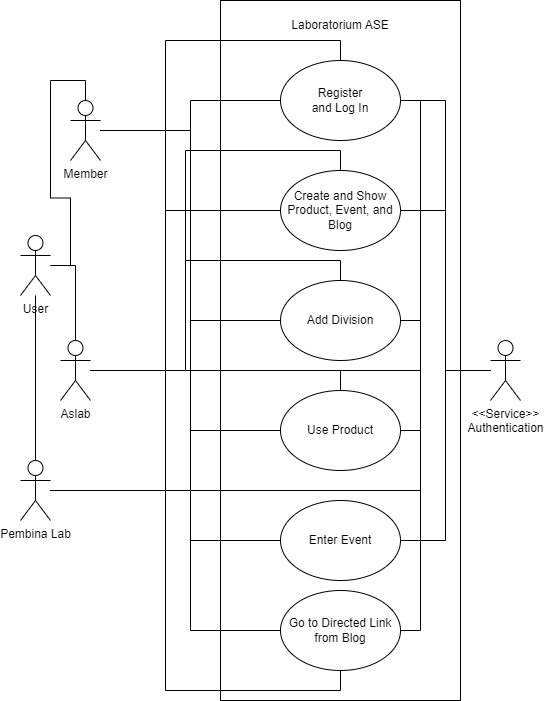
This is public/Use Case Diagram Laboratorium Advance Software Engineer.png from RafiAndeo/mini-project, a draw.io export, as it was before one commit. Source tidied: cells renumbered, new cells last; positions are measured from the earlier drawing's top-left corner, leaving out a move shared by most shapes.
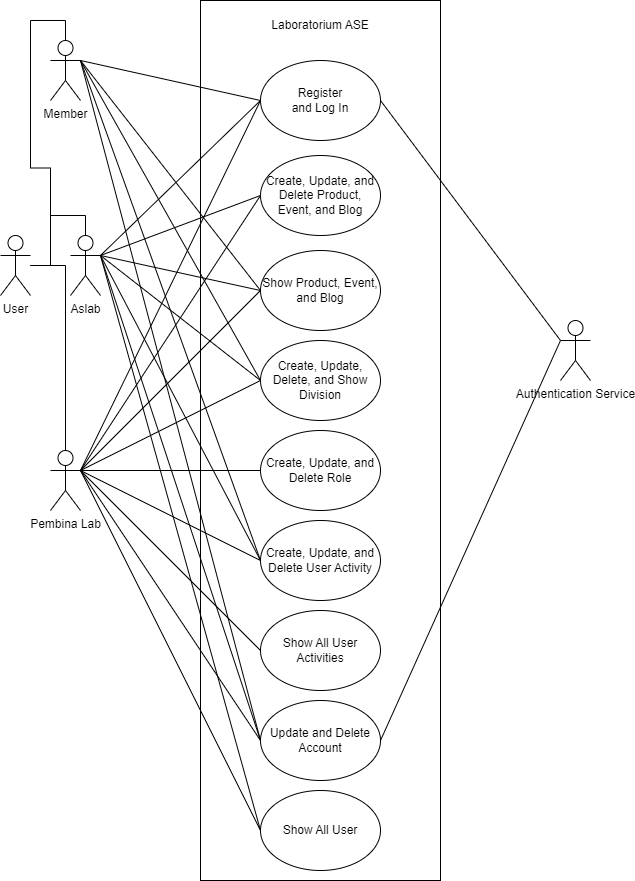
Later version of the same file.

Diff of the diagram source:
```diff
@@ -3,58 +3,19 @@
     <mxCell id="0" />
     <mxCell id="1" parent="0" />
     <mxCell id="2" style="verticalLabelPosition=bottom;verticalAlign=top;html=1;shape=mxgraph.basic.rect;fillColor2=none;strokeWidth=1;size=20;indent=5;" parent="1" vertex="1">
-      <mxGeometry x="200" width="240" height="700" as="geometry" />
+      <mxGeometry x="200" width="240" height="880" as="geometry" />
     </mxCell>
-    <mxCell id="3" style="edgeStyle=orthogonalEdgeStyle;rounded=0;jettySize=auto;html=1;entryX=0;entryY=0.5;entryDx=0;entryDy=0;endArrow=none;endFill=0;" parent="1" edge="1" source="8" target="20">
-      <mxGeometry relative="1" as="geometry" />
-    </mxCell>
-    <mxCell id="4" style="edgeStyle=orthogonalEdgeStyle;rounded=0;jettySize=auto;html=1;entryX=0;entryY=0.5;entryDx=0;entryDy=0;endArrow=none;endFill=0;" parent="1" edge="1" source="8" target="34">
-      <mxGeometry relative="1" as="geometry" />
-    </mxCell>
-    <mxCell id="5" style="edgeStyle=orthogonalEdgeStyle;rounded=0;jettySize=auto;html=1;entryX=0;entryY=0.5;entryDx=0;entryDy=0;endArrow=none;endFill=0;" parent="1" edge="1" source="8" target="35">
-      <mxGeometry relative="1" as="geometry" />
-    </mxCell>
-    <mxCell id="6" style="edgeStyle=orthogonalEdgeStyle;rounded=0;jettySize=auto;html=1;entryX=0;entryY=0.5;entryDx=0;entryDy=0;endArrow=none;endFill=0;" parent="1" edge="1" source="8" target="36">
-      <mxGeometry relative="1" as="geometry" />
-    </mxCell>
-    <mxCell id="7" style="edgeStyle=orthogonalEdgeStyle;rounded=0;jettySize=auto;html=1;entryX=0;entryY=0.5;entryDx=0;entryDy=0;endArrow=none;endFill=0;" parent="1" edge="1" source="8" target="37">
-      <mxGeometry relative="1" as="geometry" />
-    </mxCell>
     <mxCell id="8" value="Member" style="shape=umlActor;verticalLabelPosition=bottom;verticalAlign=top;html=1;outlineConnect=0;" parent="1" vertex="1">
-      <mxGeometry x="50" y="100" width="30" height="60" as="geometry" />
+      <mxGeometry x="50" y="40" width="30" height="60" as="geometry" />
     </mxCell>
-    <mxCell id="9" style="edgeStyle=orthogonalEdgeStyle;rounded=0;jettySize=auto;html=1;entryX=1;entryY=0.5;entryDx=0;entryDy=0;endArrow=none;endFill=0;" parent="1" edge="1" source="12" target="20">
-      <mxGeometry relative="1" as="geometry" />
-    </mxCell>
-    <mxCell id="10" style="edgeStyle=orthogonalEdgeStyle;rounded=0;jettySize=auto;html=1;entryX=1;entryY=0.5;entryDx=0;entryDy=0;endArrow=none;endFill=0;" parent="1" edge="1" source="12" target="33">
-      <mxGeometry relative="1" as="geometry" />
-    </mxCell>
-    <mxCell id="11" style="edgeStyle=orthogonalEdgeStyle;rounded=0;jettySize=auto;html=1;entryX=1;entryY=0.5;entryDx=0;entryDy=0;endArrow=none;endFill=0;" parent="1" edge="1" source="12" target="35">
-      <mxGeometry relative="1" as="geometry" />
-    </mxCell>
-    <mxCell id="12" value="&amp;lt;&amp;lt;Service&amp;gt;&amp;gt;&lt;br&gt;Authentication" style="shape=umlActor;verticalLabelPosition=bottom;verticalAlign=top;html=1;outlineConnect=0;" parent="1" vertex="1">
-      <mxGeometry x="470" y="340" width="30" height="60" as="geometry" />
+    <mxCell id="12" value="Authentication Service" style="shape=umlActor;verticalLabelPosition=bottom;verticalAlign=top;html=1;outlineConnect=0;" parent="1" vertex="1">
+      <mxGeometry x="560" y="320" width="30" height="60" as="geometry" />
     </mxCell>
     <mxCell id="13" value="Laboratorium ASE" style="text;html=1;strokeColor=none;fillColor=none;align=center;verticalAlign=middle;whiteSpace=wrap;rounded=0;" parent="1" vertex="1">
       <mxGeometry x="250" y="10" width="140" height="30" as="geometry" />
     </mxCell>
-    <mxCell id="14" style="edgeStyle=orthogonalEdgeStyle;rounded=0;jettySize=auto;html=1;entryX=0.5;entryY=0;entryDx=0;entryDy=0;endArrow=none;endFill=0;" parent="1" edge="1" source="19" target="20">
-      <mxGeometry relative="1" as="geometry" />
-    </mxCell>
-    <mxCell id="15" style="edgeStyle=orthogonalEdgeStyle;rounded=0;jettySize=auto;html=1;entryX=0;entryY=0.5;entryDx=0;entryDy=0;endArrow=none;endFill=0;" parent="1" edge="1" source="19" target="33">
-      <mxGeometry relative="1" as="geometry" />
-    </mxCell>
-    <mxCell id="16" style="edgeStyle=orthogonalEdgeStyle;rounded=0;jettySize=auto;html=1;entryX=1;entryY=0.5;entryDx=0;entryDy=0;endArrow=none;endFill=0;" parent="1" edge="1" source="19" target="34">
-      <mxGeometry relative="1" as="geometry" />
-    </mxCell>
-    <mxCell id="17" style="edgeStyle=orthogonalEdgeStyle;rounded=0;jettySize=auto;html=1;entryX=0.5;entryY=1;entryDx=0;entryDy=0;endArrow=none;endFill=0;" parent="1" edge="1" source="19" target="36">
-      <mxGeometry relative="1" as="geometry" />
-    </mxCell>
-    <mxCell id="18" style="edgeStyle=orthogonalEdgeStyle;rounded=0;jettySize=auto;html=1;entryX=1;entryY=0.5;entryDx=0;entryDy=0;endArrow=none;endFill=0;" parent="1" edge="1" source="19" target="37">
-      <mxGeometry relative="1" as="geometry" />
-    </mxCell>
     <mxCell id="19" value="Pembina Lab" style="shape=umlActor;verticalLabelPosition=bottom;verticalAlign=top;html=1;outlineConnect=0;" parent="1" vertex="1">
-      <mxGeometry y="460" width="30" height="60" as="geometry" />
+      <mxGeometry x="50" y="450" width="30" height="60" as="geometry" />
     </mxCell>
     <mxCell id="20" style="ellipse;whiteSpace=wrap;html=1;fontStyle=4;" parent="1" vertex="1">
       <mxGeometry x="260" y="60" width="120" height="80" as="geometry" />
@@ -74,41 +35,101 @@
     <mxCell id="25" value="User" style="shape=umlActor;verticalLabelPosition=bottom;verticalAlign=top;html=1;outlineConnect=0;" parent="1" vertex="1">
       <mxGeometry y="235" width="30" height="60" as="geometry" />
     </mxCell>
-    <mxCell id="26" style="edgeStyle=orthogonalEdgeStyle;rounded=0;jettySize=auto;html=1;entryX=1;entryY=0.5;entryDx=0;entryDy=0;endArrow=none;endFill=0;" parent="1" edge="1" source="32" target="20">
-      <mxGeometry relative="1" as="geometry" />
-    </mxCell>
-    <mxCell id="27" style="edgeStyle=orthogonalEdgeStyle;rounded=0;jettySize=auto;html=1;entryX=0.5;entryY=0;entryDx=0;entryDy=0;endArrow=none;endFill=0;" parent="1" edge="1" source="32" target="33">
-      <mxGeometry relative="1" as="geometry" />
-    </mxCell>
-    <mxCell id="28" style="edgeStyle=orthogonalEdgeStyle;rounded=0;jettySize=auto;html=1;entryX=0.5;entryY=0;entryDx=0;entryDy=0;endArrow=none;endFill=0;" parent="1" edge="1" source="32" target="34">
-      <mxGeometry relative="1" as="geometry" />
-    </mxCell>
-    <mxCell id="29" style="edgeStyle=orthogonalEdgeStyle;rounded=0;jettySize=auto;html=1;entryX=1;entryY=0.5;entryDx=0;entryDy=0;endArrow=none;endFill=0;" parent="1" edge="1" source="32" target="35">
-      <mxGeometry relative="1" as="geometry" />
-    </mxCell>
-    <mxCell id="30" style="edgeStyle=orthogonalEdgeStyle;rounded=0;jettySize=auto;html=1;entryX=1;entryY=0.5;entryDx=0;entryDy=0;endArrow=none;endFill=0;" parent="1" edge="1" source="32" target="36">
-      <mxGeometry relative="1" as="geometry" />
-    </mxCell>
-    <mxCell id="31" style="edgeStyle=orthogonalEdgeStyle;rounded=0;jettySize=auto;html=1;entryX=0.5;entryY=0;entryDx=0;entryDy=0;endArrow=none;endFill=0;" parent="1" edge="1" source="32" target="37">
-      <mxGeometry relative="1" as="geometry" />
-    </mxCell>
     <mxCell id="32" value="Aslab" style="shape=umlActor;verticalLabelPosition=bottom;verticalAlign=top;html=1;outlineConnect=0;" parent="1" vertex="1">
-      <mxGeometry x="40" y="340" width="30" height="60" as="geometry" />
+      <mxGeometry x="70" y="235" width="30" height="60" as="geometry" />
     </mxCell>
-    <mxCell id="33" value="Create and Show Product, Event, and Blog" style="ellipse;whiteSpace=wrap;html=1;" parent="1" vertex="1">
-      <mxGeometry x="260" y="170" width="120" height="80" as="geometry" />
+    <mxCell id="33" value="Create, Update, and Delete Product, Event, and Blog" style="ellipse;whiteSpace=wrap;html=1;" parent="1" vertex="1">
+      <mxGeometry x="260" y="155" width="120" height="80" as="geometry" />
     </mxCell>
-    <mxCell id="34" value="Use Product" style="ellipse;whiteSpace=wrap;html=1;" parent="1" vertex="1">
-      <mxGeometry x="260" y="390" width="120" height="80" as="geometry" />
+    <mxCell id="34" value="Create, Update, Delete, and Show Division" style="ellipse;whiteSpace=wrap;html=1;" parent="1" vertex="1">
+      <mxGeometry x="260" y="340" width="120" height="80" as="geometry" />
     </mxCell>
-    <mxCell id="35" value="Enter Event" style="ellipse;whiteSpace=wrap;html=1;" parent="1" vertex="1">
-      <mxGeometry x="260" y="500" width="120" height="80" as="geometry" />
+    <mxCell id="35" value="Create, Update, and Delete Role" style="ellipse;whiteSpace=wrap;html=1;" parent="1" vertex="1">
+      <mxGeometry x="260" y="430" width="120" height="80" as="geometry" />
     </mxCell>
-    <mxCell id="36" value="Go to Directed Link from Blog" style="ellipse;whiteSpace=wrap;html=1;" parent="1" vertex="1">
-      <mxGeometry x="260" y="590" width="120" height="80" as="geometry" />
+    <mxCell id="36" value="Create, Update, and Delete User Activity" style="ellipse;whiteSpace=wrap;html=1;" parent="1" vertex="1">
+      <mxGeometry x="260" y="520" width="120" height="80" as="geometry" />
     </mxCell>
-    <mxCell id="37" value="Add Division" style="ellipse;whiteSpace=wrap;html=1;" parent="1" vertex="1">
-      <mxGeometry x="260" y="280" width="120" height="80" as="geometry" />
+    <mxCell id="37" value="Show Product, Event, and Blog" style="ellipse;whiteSpace=wrap;html=1;" parent="1" vertex="1">
+      <mxGeometry x="260" y="250" width="120" height="80" as="geometry" />
     </mxCell>
+    <mxCell id="3" style="endArrow=none;html=1;rounded=0;entryX=0;entryY=0.5;entryDx=0;entryDy=0;endFill=0;exitX=1;exitY=0.3333333333333333;exitDx=0;exitDy=0;exitPerimeter=0;" parent="1" edge="1" source="8" target="20">
+      <mxGeometry relative="1" as="geometry" />
+    </mxCell>
+    <mxCell id="26" style="endArrow=none;html=1;rounded=0;exitX=1;exitY=0.3333333333333333;exitDx=0;exitDy=0;exitPerimeter=0;entryX=0;entryY=0.5;entryDx=0;entryDy=0;endFill=0;" parent="1" edge="1" source="32" target="20">
+      <mxGeometry relative="1" as="geometry" />
+    </mxCell>
+    <mxCell id="14" style="endArrow=none;html=1;rounded=0;exitX=1;exitY=0.3333333333333333;exitDx=0;exitDy=0;exitPerimeter=0;entryX=0;entryY=0.5;entryDx=0;entryDy=0;endFill=0;" parent="1" edge="1" source="19" target="20">
+      <mxGeometry relative="1" as="geometry" />
+    </mxCell>
+    <mxCell id="27" style="endArrow=none;html=1;rounded=0;exitX=1;exitY=0.3333333333333333;exitDx=0;exitDy=0;exitPerimeter=0;entryX=0;entryY=0.5;entryDx=0;entryDy=0;endFill=0;" parent="1" edge="1" source="32" target="33">
+      <mxGeometry relative="1" as="geometry" />
+    </mxCell>
+    <mxCell id="15" style="endArrow=none;html=1;rounded=0;exitX=1;exitY=0.3333333333333333;exitDx=0;exitDy=0;exitPerimeter=0;entryX=0;entryY=0.5;entryDx=0;entryDy=0;endFill=0;" parent="1" edge="1" source="19" target="33">
+      <mxGeometry relative="1" as="geometry" />
+    </mxCell>
+    <mxCell id="31" style="endArrow=none;html=1;rounded=0;exitX=1;exitY=0.3333333333333333;exitDx=0;exitDy=0;exitPerimeter=0;entryX=0;entryY=0.5;entryDx=0;entryDy=0;endFill=0;" parent="1" edge="1" source="32" target="37">
+      <mxGeometry relative="1" as="geometry" />
+    </mxCell>
+    <mxCell id="18" style="endArrow=none;html=1;rounded=0;exitX=1;exitY=0.3333333333333333;exitDx=0;exitDy=0;exitPerimeter=0;entryX=0;entryY=0.5;entryDx=0;entryDy=0;endFill=0;" parent="1" edge="1" source="19" target="37">
+      <mxGeometry relative="1" as="geometry" />
+    </mxCell>
+    <mxCell id="7" style="endArrow=none;html=1;rounded=0;exitX=1;exitY=0.3333333333333333;exitDx=0;exitDy=0;exitPerimeter=0;entryX=0;entryY=0.5;entryDx=0;entryDy=0;endFill=0;" parent="1" edge="1" source="8" target="37">
+      <mxGeometry relative="1" as="geometry" />
+    </mxCell>
+    <mxCell id="4" style="endArrow=none;html=1;rounded=0;exitX=1;exitY=0.3333333333333333;exitDx=0;exitDy=0;exitPerimeter=0;entryX=0;entryY=0.5;entryDx=0;entryDy=0;endFill=0;" parent="1" edge="1" source="8" target="34">
+      <mxGeometry relative="1" as="geometry" />
+    </mxCell>
+    <mxCell id="9" style="endArrow=none;html=1;rounded=0;exitX=0;exitY=0.3333333333333333;exitDx=0;exitDy=0;exitPerimeter=0;entryX=1;entryY=0.5;entryDx=0;entryDy=0;endFill=0;" parent="1" edge="1" source="12" target="20">
+      <mxGeometry relative="1" as="geometry" />
+    </mxCell>
+    <mxCell id="28" style="endArrow=none;html=1;rounded=0;exitX=1;exitY=0.3333333333333333;exitDx=0;exitDy=0;exitPerimeter=0;entryX=0;entryY=0.5;entryDx=0;entryDy=0;endFill=0;" parent="1" edge="1" source="32" target="34">
+      <mxGeometry relative="1" as="geometry" />
+    </mxCell>
+    <mxCell id="16" style="endArrow=none;html=1;rounded=0;exitX=1;exitY=0.3333333333333333;exitDx=0;exitDy=0;exitPerimeter=0;endFill=0;entryX=0;entryY=0.5;entryDx=0;entryDy=0;" parent="1" edge="1" source="19" target="34">
+      <mxGeometry relative="1" as="geometry" />
+    </mxCell>
+    <mxCell id="38" style="endArrow=none;html=1;rounded=0;exitX=1;exitY=0.3333333333333333;exitDx=0;exitDy=0;exitPerimeter=0;entryX=0;entryY=0.5;entryDx=0;entryDy=0;endFill=0;" parent="1" edge="1" source="19" target="35">
+      <mxGeometry relative="1" as="geometry" />
+    </mxCell>
+    <mxCell id="6" style="endArrow=none;html=1;rounded=0;exitX=1;exitY=0.3333333333333333;exitDx=0;exitDy=0;exitPerimeter=0;entryX=0;entryY=0.5;entryDx=0;entryDy=0;endFill=0;" parent="1" edge="1" source="8" target="36">
+      <mxGeometry relative="1" as="geometry" />
+    </mxCell>
+    <mxCell id="30" style="endArrow=none;html=1;rounded=0;exitX=1;exitY=0.3333333333333333;exitDx=0;exitDy=0;exitPerimeter=0;entryX=0;entryY=0.5;entryDx=0;entryDy=0;endFill=0;" parent="1" edge="1" source="32" target="36">
+      <mxGeometry relative="1" as="geometry" />
+    </mxCell>
+    <mxCell id="17" style="endArrow=none;html=1;rounded=0;exitX=1;exitY=0.3333333333333333;exitDx=0;exitDy=0;exitPerimeter=0;entryX=0;entryY=0.5;entryDx=0;entryDy=0;endFill=0;" parent="1" edge="1" source="19" target="36">
+      <mxGeometry relative="1" as="geometry" />
+    </mxCell>
+    <mxCell id="39" value="Show All User Activities" style="ellipse;whiteSpace=wrap;html=1;" parent="1" vertex="1">
+      <mxGeometry x="260" y="610" width="120" height="80" as="geometry" />
+    </mxCell>
+    <mxCell id="40" style="endArrow=none;html=1;rounded=0;exitX=1;exitY=0.3333333333333333;exitDx=0;exitDy=0;exitPerimeter=0;entryX=0;entryY=0.5;entryDx=0;entryDy=0;endFill=0;" parent="1" edge="1" source="19" target="39">
+      <mxGeometry relative="1" as="geometry" />
+    </mxCell>
+    <mxCell id="41" value="Update and Delete Account" style="ellipse;whiteSpace=wrap;html=1;" parent="1" vertex="1">
+      <mxGeometry x="260" y="700" width="120" height="80" as="geometry" />
+    </mxCell>
+    <mxCell id="42" style="endArrow=none;html=1;rounded=0;exitX=1;exitY=0.3333333333333333;exitDx=0;exitDy=0;exitPerimeter=0;entryX=0;entryY=0.5;entryDx=0;entryDy=0;endFill=0;" parent="1" edge="1" source="8" target="41">
+      <mxGeometry relative="1" as="geometry" />
+    </mxCell>
+    <mxCell id="43" style="endArrow=none;html=1;rounded=0;exitX=1;exitY=0.3333333333333333;exitDx=0;exitDy=0;exitPerimeter=0;entryX=0;entryY=0.5;entryDx=0;entryDy=0;endFill=0;" parent="1" edge="1" source="32" target="41">
+      <mxGeometry relative="1" as="geometry" />
+    </mxCell>
+    <mxCell id="44" style="endArrow=none;html=1;rounded=0;exitX=1;exitY=0.3333333333333333;exitDx=0;exitDy=0;exitPerimeter=0;entryX=0;entryY=0.5;entryDx=0;entryDy=0;endFill=0;" parent="1" edge="1" source="19" target="41">
+      <mxGeometry relative="1" as="geometry" />
+    </mxCell>
+    <mxCell id="45" style="endArrow=none;html=1;rounded=0;exitX=0;exitY=0.3333333333333333;exitDx=0;exitDy=0;exitPerimeter=0;endFill=0;entryX=1;entryY=0.5;entryDx=0;entryDy=0;" parent="1" edge="1" source="12" target="41">
+      <mxGeometry relative="1" as="geometry" />
+    </mxCell>
+    <mxCell id="46" value="Show All User" style="ellipse;whiteSpace=wrap;html=1;" parent="1" vertex="1">
+      <mxGeometry x="260" y="790" width="120" height="80" as="geometry" />
+    </mxCell>
+    <mxCell id="47" style="endArrow=none;html=1;rounded=0;exitX=1;exitY=0.3333333333333333;exitDx=0;exitDy=0;exitPerimeter=0;entryX=0;entryY=0.5;entryDx=0;entryDy=0;endFill=0;" parent="1" edge="1" source="32" target="46">
+      <mxGeometry relative="1" as="geometry" />
+    </mxCell>
+    <mxCell id="48" style="endArrow=none;html=1;rounded=0;exitX=1;exitY=0.3333333333333333;exitDx=0;exitDy=0;exitPerimeter=0;entryX=0;entryY=0.5;entryDx=0;entryDy=0;endFill=0;" parent="1" edge="1" source="19" target="46">
+      <mxGeometry relative="1" as="geometry" />
+    </mxCell>
   </root>
 </mxGraphModel>
```
